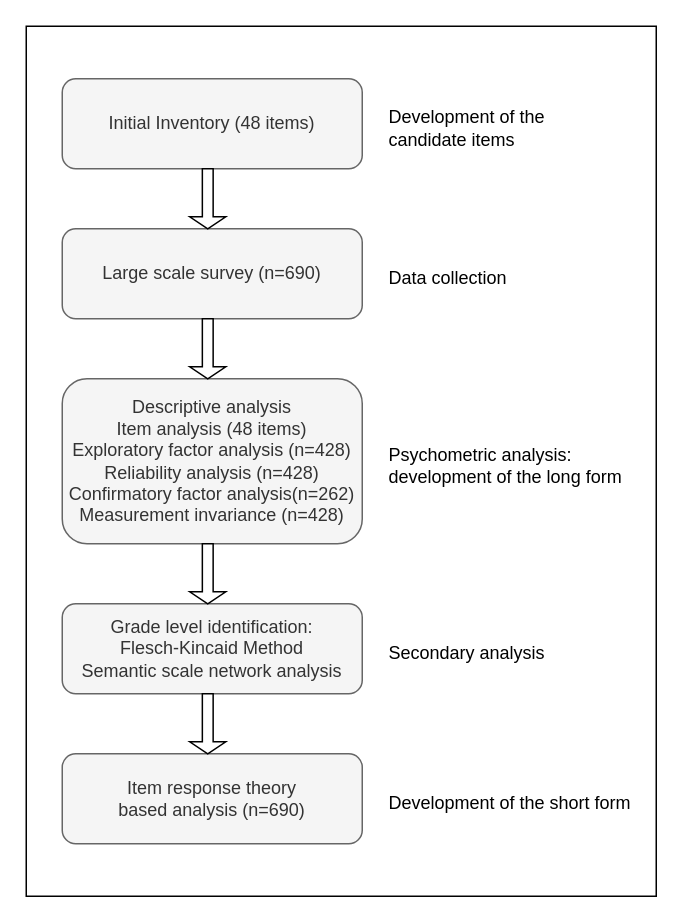
Earlier version of the draw.io diagram Figures/LEBA_figure1.drawio (leba-instrument/leba-manuscript). Source tidied: cells renumbered, new cells numbered last; positions are measured from the earlier drawing's top-left corner, leaving out a move shared by most shapes. Both pictures are drawn from the tidied source at 150%, with x=0, y=0 at pixel (26, 26).
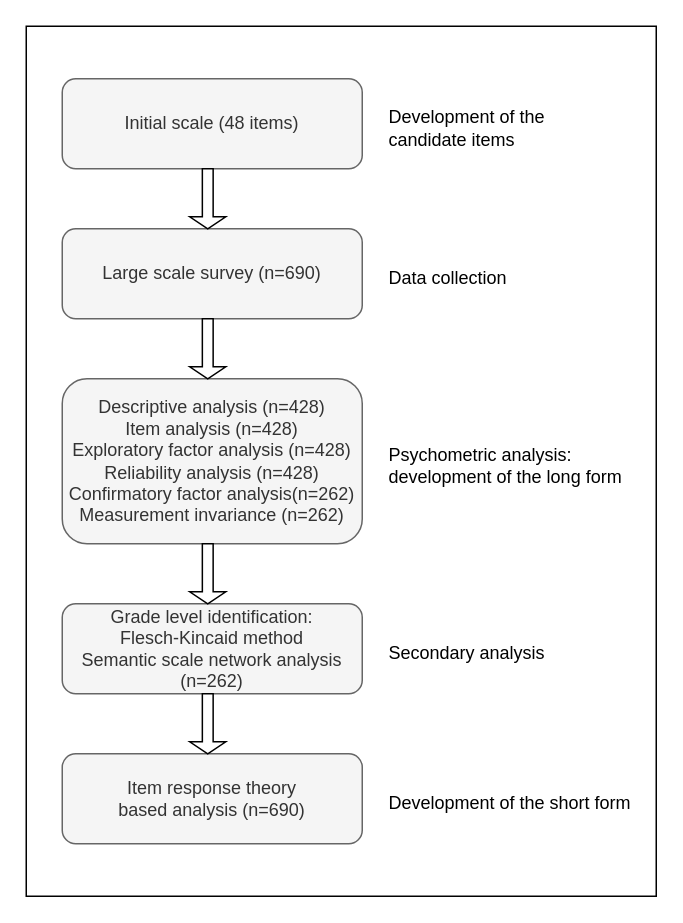
Above is the later version.

What changed in the source:
```diff
@@
 <mxGraphModel>
   <root>
     <mxCell id="0" />
     <mxCell id="1" parent="0" />
     <mxCell id="2" style="rounded=0;whiteSpace=wrap;html=1;" parent="1" vertex="1">
       <mxGeometry width="420" height="580" as="geometry" />
     </mxCell>
-    <mxCell id="3" value="Initial Inventory (48 items)" style="rounded=1;whiteSpace=wrap;html=1;fillColor=#f5f5f5;fontColor=#333333;strokeColor=#666666;" parent="1" vertex="1">
+    <mxCell id="3" value="Initial scale (48 items)" style="rounded=1;whiteSpace=wrap;html=1;fillColor=#f5f5f5;fontColor=#333333;strokeColor=#666666;" parent="1" vertex="1">
       <mxGeometry x="24" y="35" width="200" height="60" as="geometry" />
     </mxCell>
     <mxCell id="4" value="Large scale survey (n=690)" style="rounded=1;whiteSpace=wrap;html=1;fillColor=#f5f5f5;fontColor=#333333;strokeColor=#666666;" parent="1" vertex="1">
       <mxGeometry x="24" y="135" width="200" height="60" as="geometry" />
     </mxCell>
-    <mxCell id="5" value="Descriptive analysis&lt;br&gt;Item analysis (48 items)&lt;br&gt;Exploratory factor analysis (n=428)&lt;br&gt;Reliability analysis (n=428)&lt;br&gt;Confirmatory factor analysis(n=262)&lt;br&gt;Measurement invariance (n=428)" style="rounded=1;whiteSpace=wrap;html=1;fillColor=#f5f5f5;fontColor=#333333;strokeColor=#666666;" parent="1" vertex="1">
+    <mxCell id="5" value="Descriptive analysis (n=428)&lt;br&gt;Item analysis (n=428)&lt;br&gt;Exploratory factor analysis (n=428)&lt;br&gt;Reliability analysis (n=428)&lt;br&gt;Confirmatory factor analysis(n=262)&lt;br&gt;Measurement invariance (n=262)" style="rounded=1;whiteSpace=wrap;html=1;fillColor=#f5f5f5;fontColor=#333333;strokeColor=#666666;" parent="1" vertex="1">
       <mxGeometry x="24" y="235" width="200" height="110" as="geometry" />
     </mxCell>
-    <mxCell id="6" value="Grade level identification:&lt;br&gt;Flesch-Kincaid Method&lt;br&gt;Semantic scale network analysis" style="rounded=1;whiteSpace=wrap;html=1;fillColor=#f5f5f5;fontColor=#333333;strokeColor=#666666;" parent="1" vertex="1">
+    <mxCell id="6" value="Grade level identification:&lt;br&gt;Flesch-Kincaid method&lt;br&gt;Semantic scale network analysis&lt;br&gt;(n=262)" style="rounded=1;whiteSpace=wrap;html=1;fillColor=#f5f5f5;fontColor=#333333;strokeColor=#666666;" parent="1" vertex="1">
       <mxGeometry x="24" y="385" width="200" height="60" as="geometry" />
     </mxCell>
     <mxCell id="7" value="Item response theory &lt;br&gt;based analysis (n=690)" style="rounded=1;whiteSpace=wrap;html=1;fillColor=#f5f5f5;fontColor=#333333;strokeColor=#666666;" parent="1" vertex="1">
       <mxGeometry x="24" y="485" width="200" height="60" as="geometry" />
     </mxCell>
     <mxCell id="8" value="Development of the &lt;br&gt;candidate items" style="text;html=1;align=left;verticalAlign=middle;strokeColor=none;fillColor=none;" parent="1" vertex="1">
       <mxGeometry x="240" y="47.5" width="130" height="40" as="geometry" />
     </mxCell>
     <mxCell id="9" value="Data collection" style="text;html=1;align=left;verticalAlign=middle;strokeColor=none;fillColor=none;" parent="1" vertex="1">
       <mxGeometry x="240" y="152.5" width="100" height="30" as="geometry" />
     </mxCell>
     <mxCell id="10" value="Psychometric analysis:&lt;br&gt;development of the long form" style="text;html=1;align=left;verticalAlign=middle;strokeColor=none;fillColor=none;" parent="1" vertex="1">
       <mxGeometry x="240" y="272.5" width="180" height="40" as="geometry" />
     </mxCell>
     <mxCell id="11" value="Secondary analysis" style="text;html=1;align=left;verticalAlign=middle;strokeColor=none;fillColor=none;" parent="1" vertex="1">
       <mxGeometry x="240" y="402.5" width="130" height="30" as="geometry" />
     </mxCell>
     <mxCell id="12" value="Development of the short form" style="text;html=1;align=left;verticalAlign=middle;strokeColor=none;fillColor=none;" parent="1" vertex="1">
       <mxGeometry x="240" y="502.5" width="180" height="30" as="geometry" />
     </mxCell>
     <mxCell id="13" style="shape=singleArrow;direction=south;whiteSpace=wrap;html=1;" parent="1" vertex="1">
       <mxGeometry x="109" y="95" width="24" height="40" as="geometry" />
     </mxCell>
     <mxCell id="14" style="shape=singleArrow;direction=south;whiteSpace=wrap;html=1;" parent="1" vertex="1">
       <mxGeometry x="109" y="195" width="24" height="40" as="geometry" />
     </mxCell>
     <mxCell id="15" style="shape=singleArrow;direction=south;whiteSpace=wrap;html=1;" parent="1" vertex="1">
       <mxGeometry x="109" y="345" width="24" height="40" as="geometry" />
     </mxCell>
     <mxCell id="16" style="shape=singleArrow;direction=south;whiteSpace=wrap;html=1;" parent="1" vertex="1">
       <mxGeometry x="109" y="445" width="24" height="40" as="geometry" />
     </mxCell>
   </root>
 </mxGraphModel>
```
